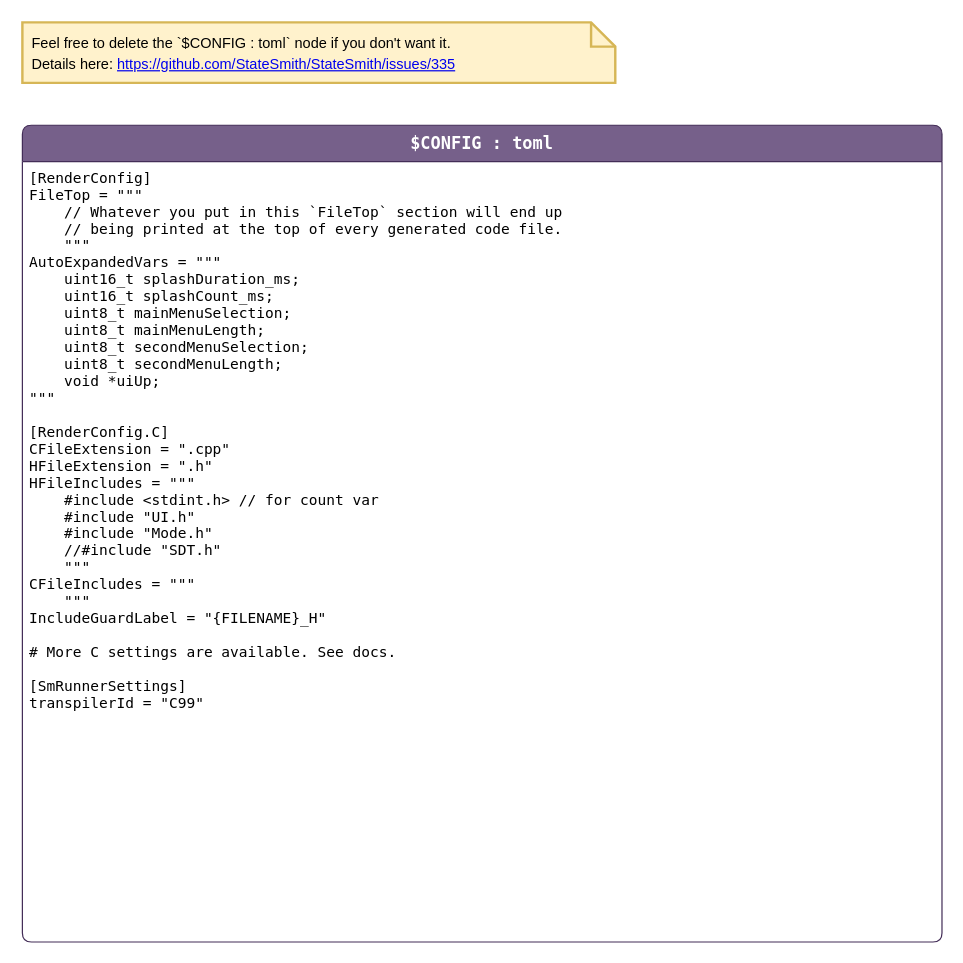
This is page "config" (2 of 3) of code/src/PhoenixSketch/UISm.drawio from KI3P/Phoenix, a draw.io file, before an edit. Source tidied: cells renumbered, new cells numbered last; positions are measured from the earlier drawing's top-left corner, leaving out a move shared by most shapes. Both pictures are drawn from the tidied source at 121%, with x=0, y=0 at pixel (22, 22).
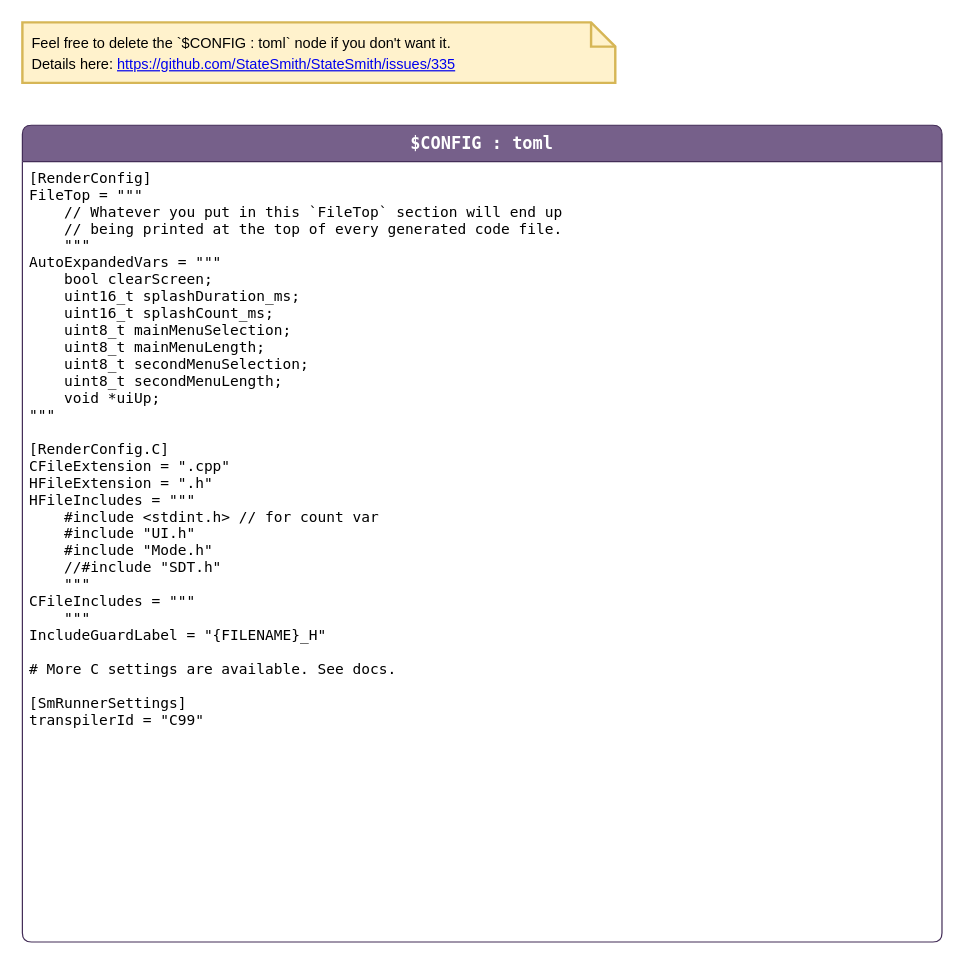
The same page after the edit.

Diff of the diagram source:
```diff
@@
 <mxGraphModel>
   <root>
     <mxCell id="0" />
     <mxCell id="1" parent="0" />
     <mxCell id="2" value="$CONFIG : toml" style="shape=swimlane;align=center;verticalAlign=top;fontFamily=Lucida Console;startSize=30;fontSize=14;fontStyle=1;swimlaneFillColor=default;rounded=1;arcSize=15;absoluteArcSize=1;fillColor=#76608a;strokeColor=#432D57;fontColor=#ffffff;" parent="1" vertex="1">
       <mxGeometry y="85" width="760" height="675" as="geometry" />
     </mxCell>
-    <mxCell id="3" value="[RenderConfig]&#10;FileTop = &quot;&quot;&quot;&#10;    // Whatever you put in this `FileTop` section will end up &#10;    // being printed at the top of every generated code file.&#10;    &quot;&quot;&quot;&#10;AutoExpandedVars = &quot;&quot;&quot;&#10;    uint16_t splashDuration_ms;&#10;    uint16_t splashCount_ms;&#10;    uint8_t mainMenuSelection;&#10;    uint8_t mainMenuLength;&#10;    uint8_t secondMenuSelection;&#10;    uint8_t secondMenuLength;&#10;    void *uiUp;&#10;&quot;&quot;&quot;&#10;&#10;[RenderConfig.C]&#10;CFileExtension = &quot;.cpp&quot;&#10;HFileExtension = &quot;.h&quot;&#10;HFileIncludes = &quot;&quot;&quot;&#10;    #include &lt;stdint.h&gt; // for count var&#10;    #include &quot;UI.h&quot;&#10;    #include &quot;Mode.h&quot;&#10;    //#include &quot;SDT.h&quot;&#10;    &quot;&quot;&quot;&#10;CFileIncludes = &quot;&quot;&quot;&#10;    &quot;&quot;&quot;&#10;IncludeGuardLabel = &quot;{FILENAME}_H&quot;&#10;&#10;# More C settings are available. See docs.&#10;&#10;[SmRunnerSettings]&#10;transpilerId = &quot;C99&quot;" style="fontFamily=Lucida Console;align=left;verticalAlign=top;fillColor=none;gradientColor=none;strokeColor=none;rounded=0;spacingLeft=4;" parent="2" vertex="1">
-      <mxGeometry y="30" width="310" height="470" as="geometry" />
+    <mxCell id="3" value="[RenderConfig]&#10;FileTop = &quot;&quot;&quot;&#10;    // Whatever you put in this `FileTop` section will end up &#10;    // being printed at the top of every generated code file.&#10;    &quot;&quot;&quot;&#10;AutoExpandedVars = &quot;&quot;&quot;&#10;    bool clearScreen;&#10;    uint16_t splashDuration_ms;&#10;    uint16_t splashCount_ms;&#10;    uint8_t mainMenuSelection;&#10;    uint8_t mainMenuLength;&#10;    uint8_t secondMenuSelection;&#10;    uint8_t secondMenuLength;&#10;    void *uiUp;&#10;&quot;&quot;&quot;&#10;&#10;[RenderConfig.C]&#10;CFileExtension = &quot;.cpp&quot;&#10;HFileExtension = &quot;.h&quot;&#10;HFileIncludes = &quot;&quot;&quot;&#10;    #include &lt;stdint.h&gt; // for count var&#10;    #include &quot;UI.h&quot;&#10;    #include &quot;Mode.h&quot;&#10;    //#include &quot;SDT.h&quot;&#10;    &quot;&quot;&quot;&#10;CFileIncludes = &quot;&quot;&quot;&#10;    &quot;&quot;&quot;&#10;IncludeGuardLabel = &quot;{FILENAME}_H&quot;&#10;&#10;# More C settings are available. See docs.&#10;&#10;[SmRunnerSettings]&#10;transpilerId = &quot;C99&quot;" style="fontFamily=Lucida Console;align=left;verticalAlign=top;fillColor=none;gradientColor=none;strokeColor=none;rounded=0;spacingLeft=4;" parent="2" vertex="1">
+      <mxGeometry y="30" width="310" height="490" as="geometry" />
     </mxCell>
     <mxCell id="4" value="&lt;span style=&quot;color: rgb(0, 0, 0); font-size: 12px;&quot;&gt;Feel free to delete the `$CONFIG : toml` node if you don't want it.&lt;/span&gt;&lt;br style=&quot;color: rgb(0, 0, 0); font-size: 12px;&quot;&gt;&lt;span style=&quot;color: rgb(0, 0, 0); font-size: 12px;&quot;&gt;Details here:&amp;nbsp;&lt;/span&gt;&lt;a style=&quot;font-size: 12px;&quot; href=&quot;https://github.com/StateSmith/StateSmith/issues/335&quot;&gt;https://github.com/StateSmith/StateSmith/issues/335&lt;/a&gt;" style="shape=note;strokeWidth=2;fontSize=14;size=20;whiteSpace=wrap;html=1;fillColor=#fff2cc;strokeColor=#d6b656;fontColor=#2B2B00;align=left;spacingLeft=6;" parent="1" vertex="1">
       <mxGeometry width="490" height="50" as="geometry" />
     </mxCell>
   </root>
 </mxGraphModel>
```
